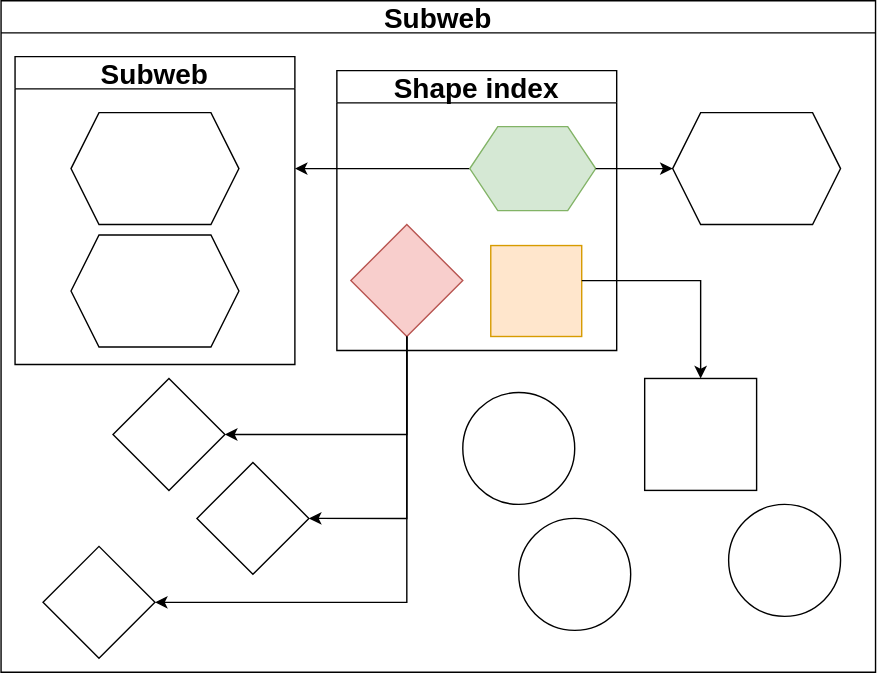
Earlier version of the draw.io export figure/shape_index.drawio.svg (constraintAutomaton/shape-index-specification). Source tidied: cells renumbered, new cells last; positions are measured from the earlier drawing's top-left corner, leaving out a move shared by most shapes.
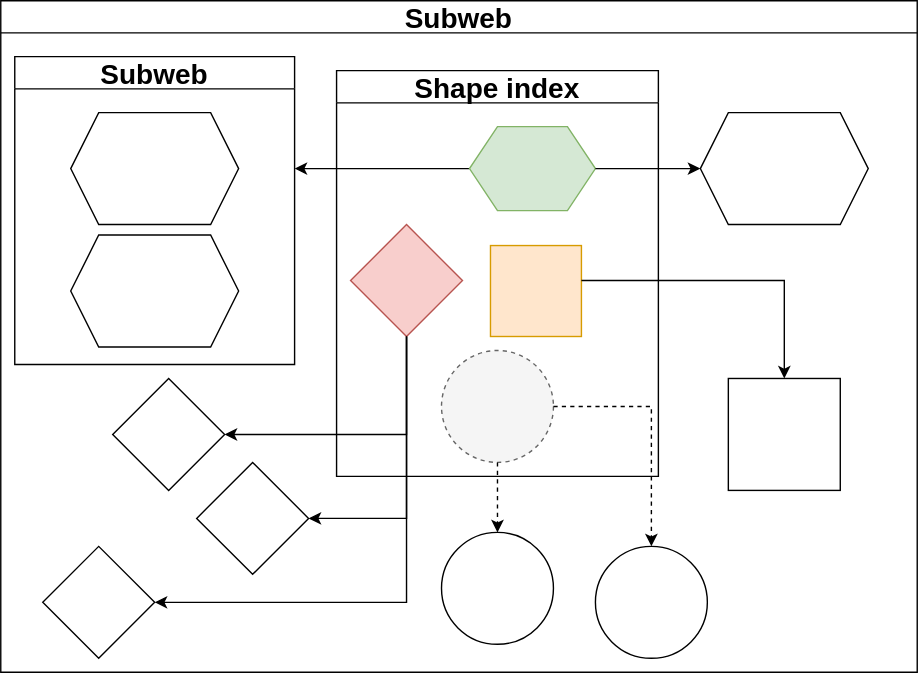
Later version of the same file.

What changed in the source:
```diff
@@ -3,10 +3,10 @@
     <mxCell id="0" />
     <mxCell id="1" parent="0" />
     <mxCell id="2" value="&lt;font style=&quot;font-size: 20px;&quot;&gt;Subweb&lt;/font&gt;" style="swimlane;whiteSpace=wrap;html=1;" parent="1" vertex="1">
-      <mxGeometry width="625" height="480" as="geometry" />
+      <mxGeometry width="655" height="480" as="geometry" />
     </mxCell>
     <mxCell id="3" value="&lt;font style=&quot;font-size: 20px;&quot;&gt;Shape index&lt;/font&gt;" style="swimlane;whiteSpace=wrap;html=1;startSize=23;" parent="2" vertex="1">
-      <mxGeometry x="240" y="50" width="200" height="200" as="geometry" />
+      <mxGeometry x="240" y="50" width="230" height="290" as="geometry" />
     </mxCell>
     <mxCell id="4" style="rhombus;whiteSpace=wrap;html=1;fillColor=#f8cecc;strokeColor=#b85450;" parent="3" vertex="1">
       <mxGeometry x="10" y="110" width="80" height="80" as="geometry" />
@@ -22,6 +22,9 @@
     <mxCell id="7" style="whiteSpace=wrap;html=1;fillColor=#ffe6cc;strokeColor=#d79b00;" parent="3" vertex="1">
       <mxGeometry x="110" y="125" width="65" height="65" as="geometry" />
     </mxCell>
+    <mxCell id="24" style="ellipse;whiteSpace=wrap;html=1;dashed=1;fillColor=#f5f5f5;fontColor=#333333;strokeColor=#666666;" parent="3" vertex="1">
+      <mxGeometry x="75" y="200" width="80" height="80" as="geometry" />
+    </mxCell>
     <mxCell id="8" style="rhombus;whiteSpace=wrap;html=1;" parent="2" vertex="1">
       <mxGeometry x="30" y="390" width="80" height="80" as="geometry" />
     </mxCell>
@@ -32,19 +35,16 @@
       <mxGeometry x="80" y="270" width="80" height="80" as="geometry" />
     </mxCell>
     <mxCell id="11" style="ellipse;whiteSpace=wrap;html=1;" parent="2" vertex="1">
-      <mxGeometry x="330" y="280" width="80" height="80" as="geometry" />
+      <mxGeometry x="315" y="380" width="80" height="80" as="geometry" />
     </mxCell>
     <mxCell id="12" style="ellipse;whiteSpace=wrap;html=1;" parent="2" vertex="1">
-      <mxGeometry x="370" y="370" width="80" height="80" as="geometry" />
+      <mxGeometry x="425" y="390" width="80" height="80" as="geometry" />
     </mxCell>
-    <mxCell id="13" style="ellipse;whiteSpace=wrap;html=1;" parent="2" vertex="1">
-      <mxGeometry x="520" y="360" width="80" height="80" as="geometry" />
-    </mxCell>
     <mxCell id="14" style="whiteSpace=wrap;html=1;" parent="2" vertex="1">
-      <mxGeometry x="460" y="270" width="80" height="80" as="geometry" />
+      <mxGeometry x="520" y="270" width="80" height="80" as="geometry" />
     </mxCell>
     <mxCell id="15" style="shape=hexagon;perimeter=hexagonPerimeter2;whiteSpace=wrap;html=1;fixedSize=1;" parent="2" vertex="1">
-      <mxGeometry x="480" y="80" width="120" height="80" as="geometry" />
+      <mxGeometry x="500" y="80" width="120" height="80" as="geometry" />
     </mxCell>
     <mxCell id="16" style="edgeStyle=orthogonalEdgeStyle;rounded=0;jettySize=auto;html=1;entryX=0;entryY=0.5;entryDx=0;entryDy=0;" parent="2" edge="1" source="6" target="15">
       <mxGeometry relative="1" as="geometry" />
@@ -61,7 +61,7 @@
     <mxCell id="20" style="edgeStyle=orthogonalEdgeStyle;rounded=0;jettySize=auto;html=1;entryX=0.5;entryY=0;entryDx=0;entryDy=0;" parent="2" edge="1" source="7" target="14">
       <mxGeometry relative="1" as="geometry">
         <Array as="points">
-          <mxPoint x="500" y="200" />
+          <mxPoint x="560" y="200" />
         </Array>
       </mxGeometry>
     </mxCell>
@@ -86,5 +86,11 @@
         </Array>
       </mxGeometry>
     </mxCell>
+    <mxCell id="25" style="edgeStyle=orthogonalEdgeStyle;rounded=0;jettySize=auto;html=1;entryX=0.5;entryY=0;entryDx=0;entryDy=0;dashed=1;" parent="2" edge="1" source="24" target="11">
+      <mxGeometry relative="1" as="geometry" />
+    </mxCell>
+    <mxCell id="26" style="edgeStyle=orthogonalEdgeStyle;rounded=0;jettySize=auto;html=1;dashed=1;" parent="2" edge="1" source="24" target="12">
+      <mxGeometry relative="1" as="geometry" />
+    </mxCell>
   </root>
 </mxGraphModel>
```
